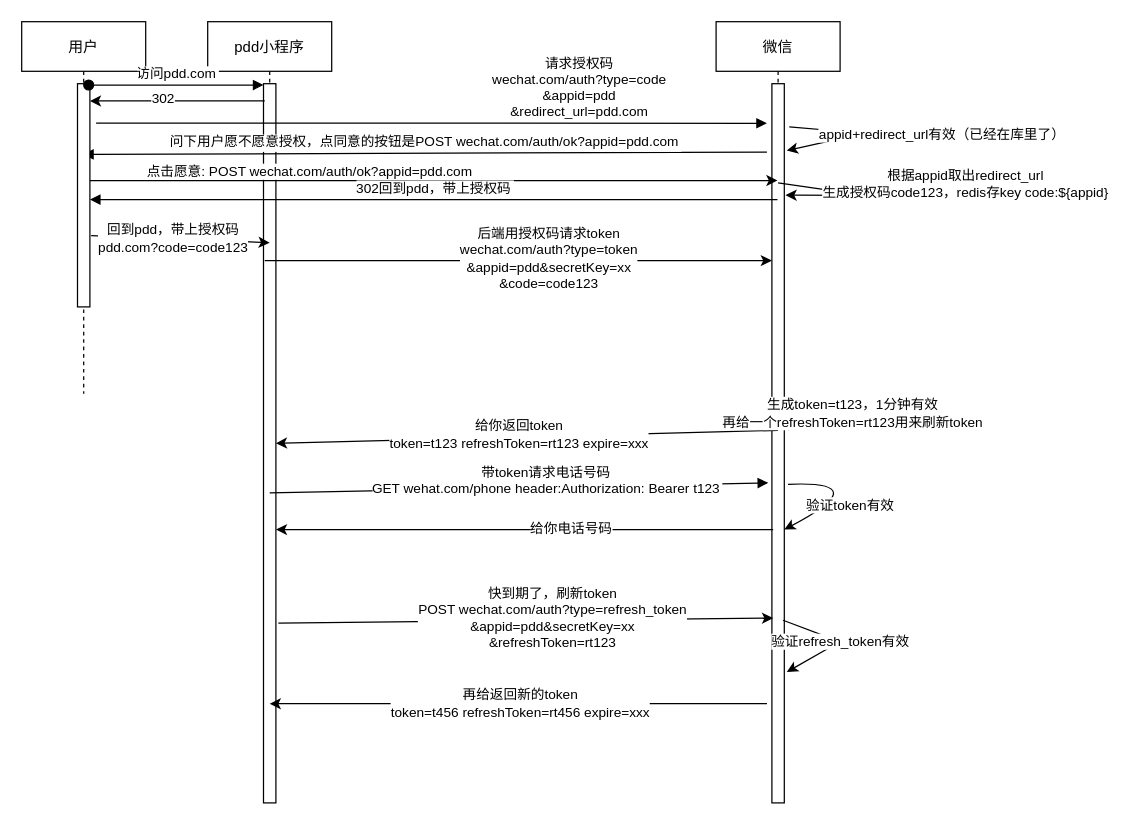
Before: 未命名绘图.drawio in SteveWongBUAA/diagrams, a draw.io diagram. Source tidied: cells renumbered, new cells numbered last; positions are measured from the earlier drawing's top-left corner, leaving out a move shared by most shapes. Both pictures are drawn from the tidied source at 124%, with x=0, y=0 at pixel (21, 21).
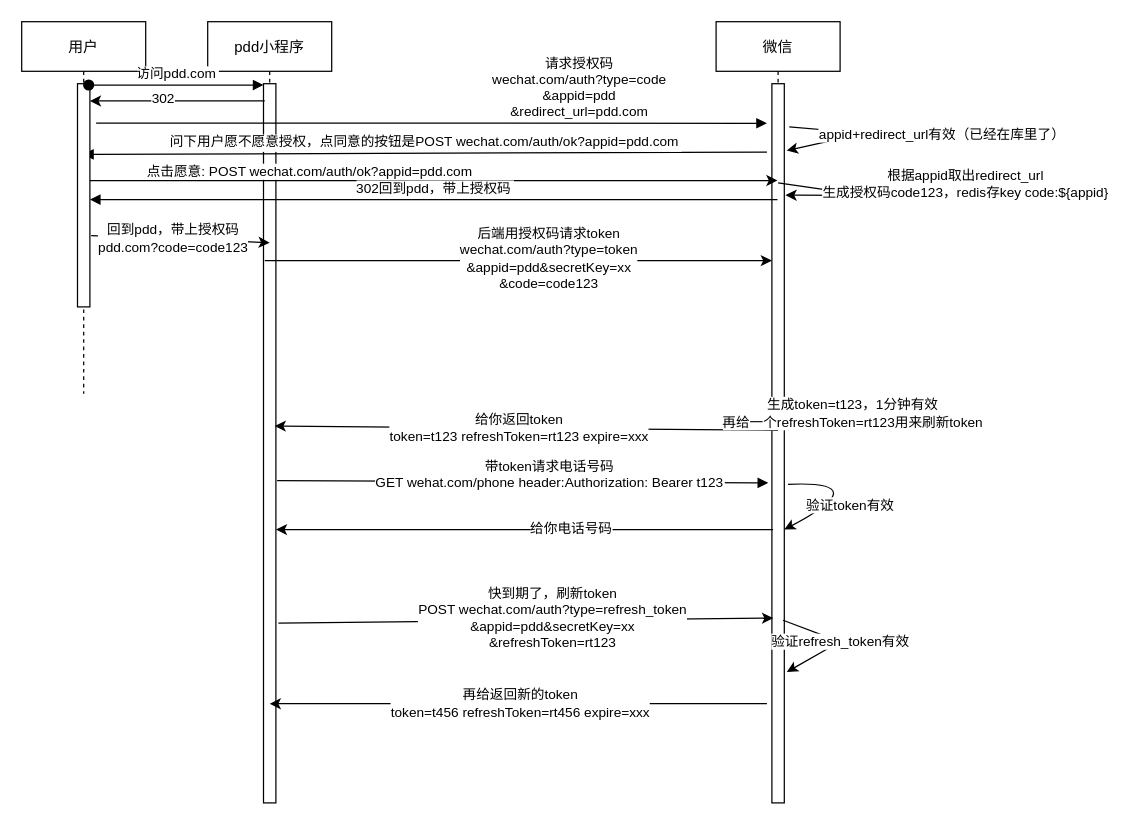
Above is the later version.

Commit message:
微信授权登录拼多多OAuth.drawio

The change refers to these unchanged cells:
```xml
<mxCell id="3" style="points=[];perimeter=orthogonalPerimeter;rounded=0;shadow=0;strokeWidth=1;" parent="2" vertex="1">
  <mxGeometry x="45" y="50" width="10" height="580" as="geometry" />
</mxCell>
<mxCell id="5" style="points=[];perimeter=orthogonalPerimeter;rounded=0;shadow=0;strokeWidth=1;" parent="4" vertex="1">
  <mxGeometry x="45" y="50" width="10" height="580" as="geometry" />
</mxCell>
```

Change to the diagram source:
```diff
@@
-    <mxCell id="20" style="endArrow=classic;html=1;entryX=1;entryY=0.632;entryDx=0;entryDy=0;entryPerimeter=0;exitX=0.5;exitY=0.482;exitDx=0;exitDy=0;exitPerimeter=0;" parent="1" edge="1" source="5">
-      <mxGeometry relative="1" as="geometry">
-        <mxPoint x="205" y="340" as="targetPoint" />
-      </mxGeometry>
+    <mxCell id="20" style="endArrow=classic;html=1;entryX=0.9;entryY=0.476;entryDx=0;entryDy=0;entryPerimeter=0;exitX=0.5;exitY=0.482;exitDx=0;exitDy=0;exitPerimeter=0;" parent="1" edge="1" source="5" target="3">
+      <mxGeometry relative="1" as="geometry" />
     </mxCell>
@@
-    <mxCell id="24" value="带token请求电话号码&#10;GET wehat.com/phone header:Authorization: Bearer t123" style="verticalAlign=bottom;endArrow=block;entryX=-0.3;entryY=0.555;shadow=0;strokeWidth=1;entryDx=0;entryDy=0;entryPerimeter=0;" parent="1" edge="1" target="5">
-      <mxGeometry x="0.11" y="-10" relative="1" as="geometry">
-        <mxPoint x="200" y="380" as="sourcePoint" />
-      </mxGeometry>
+    <mxCell id="24" value="带token请求电话号码&#10;GET wehat.com/phone header:Authorization: Bearer t123" style="verticalAlign=bottom;endArrow=block;entryX=-0.3;entryY=0.555;shadow=0;strokeWidth=1;entryDx=0;entryDy=0;entryPerimeter=0;exitX=1.1;exitY=0.552;exitDx=0;exitDy=0;exitPerimeter=0;" parent="1" edge="1" source="3" target="5">
+      <mxGeometry x="0.11" y="-10" relative="1" as="geometry" />
     </mxCell>
```
